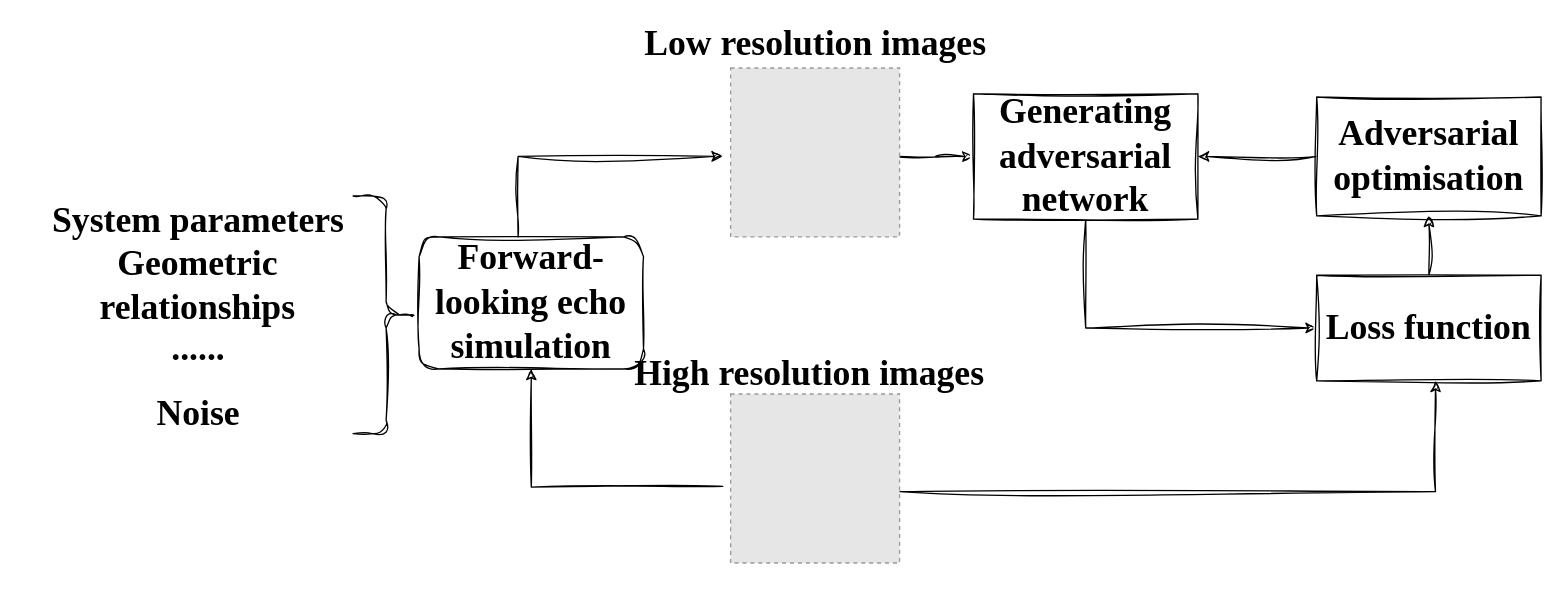
This is dataprocess.drawio from LFNing/General, a draw.io file, before an edit. Source tidied: cells renumbered, new cells numbered last; positions are measured from the earlier drawing's top-left corner, leaving out a move shared by most shapes. Both pictures are drawn from the tidied source at 132%, with x=0, y=0 at pixel (22, 24). Pictures stored in the file or linked from it are replaced by grey dashed boxes.
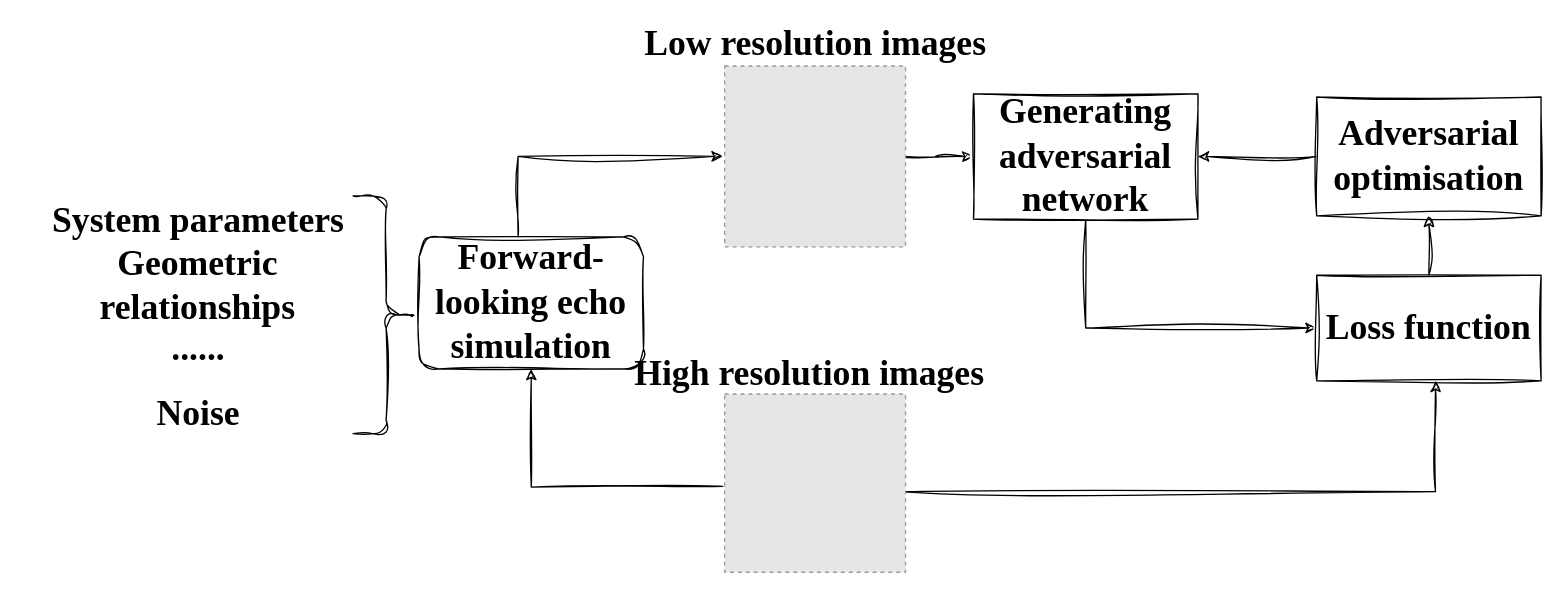
After the change.

What changed in the source:
```diff
@@
-    <mxCell id="20" style="fillColor=#E6E6E6;strokeColor=#999999;dashed=1;verticalLabelPosition=bottom;labelBackgroundColor=default;verticalAlign=top;" parent="1" vertex="1">
-      <mxGeometry x="536" y="33" width="128" height="128" as="geometry" />
-    </mxCell>
-    <mxCell id="21" style="fillColor=#E6E6E6;strokeColor=#999999;dashed=1;verticalLabelPosition=bottom;labelBackgroundColor=default;verticalAlign=top;" parent="1" vertex="1">
-      <mxGeometry x="536" y="280" width="128" height="128" as="geometry" />
-    </mxCell>
+    <mxCell id="22" style="fillColor=#E6E6E6;strokeColor=#999999;dashed=1;verticalLabelPosition=bottom;labelBackgroundColor=default;verticalAlign=top;" parent="1" vertex="1">
+      <mxGeometry x="531.5" y="31.5" width="137" height="137" as="geometry" />
+    </mxCell>
+    <mxCell id="23" style="fillColor=#E6E6E6;strokeColor=#999999;dashed=1;verticalLabelPosition=bottom;labelBackgroundColor=default;verticalAlign=top;" parent="1" vertex="1">
+      <mxGeometry x="531.5" y="280" width="137" height="135" as="geometry" />
+    </mxCell>
```
